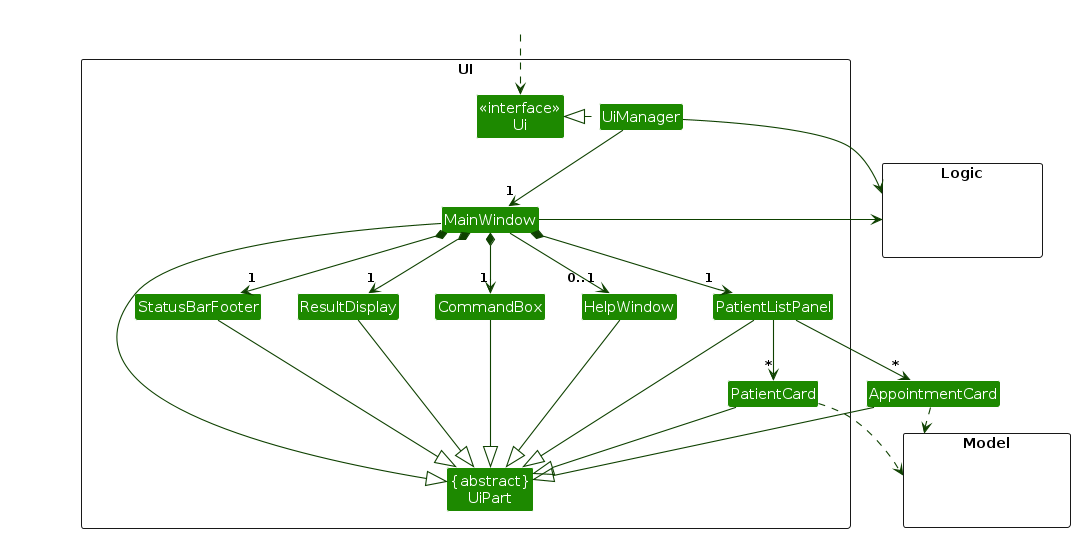
This is diagrams/UiClassDiagram.png from AY2324S2-CS2103T-F10-3/tp, a PlantUML export, as it was before one commit. Its source is kept beside it as diagrams/UiClassDiagram.puml. Source of this version:
```plantuml
@startuml
!include style.puml
skinparam arrowThickness 1.1
skinparam arrowColor UI_COLOR_T4
skinparam classBackgroundColor UI_COLOR

package UI <<Rectangle>>{
Class "<<interface>>\nUi" as Ui
Class "{abstract}\nUiPart" as UiPart
Class UiManager
Class MainWindow
Class HelpWindow
Class ResultDisplay
Class PatientListPanel
Class PatientCard
Class StatusBarFooter
Class CommandBox
}

package Model <<Rectangle>> {
Class HiddenModel #FFFFFF
}

package Logic <<Rectangle>> {
Class HiddenLogic #FFFFFF
}

Class HiddenOutside #FFFFFF
HiddenOutside ..> Ui

UiManager .left.|> Ui
UiManager -down-> "1" MainWindow
MainWindow *-down->  "1" CommandBox
MainWindow *-down-> "1" ResultDisplay
MainWindow *-down-> "1" PatientListPanel
MainWindow *-down-> "1" StatusBarFooter
MainWindow --> "0..1" HelpWindow

PatientListPanel -down-> "*" PatientCard
PatientListPanel -down-> "*" AppointmentCard

MainWindow -left-|> UiPart

ResultDisplay --|> UiPart
CommandBox --|> UiPart
PatientListPanel --|> UiPart
PatientCard --|> UiPart
AppointmentCard --|> UiPart
StatusBarFooter --|> UiPart
HelpWindow --|> UiPart

PatientCard ..> Model
AppointmentCard ..> Model
UiManager -right-> Logic
MainWindow -left-> Logic

PatientListPanel -[hidden]left- HelpWindow
HelpWindow -[hidden]left- CommandBox
CommandBox -[hidden]left- ResultDisplay
ResultDisplay -[hidden]left- StatusBarFooter

MainWindow -[hidden]-|> UiPart
@enduml
```
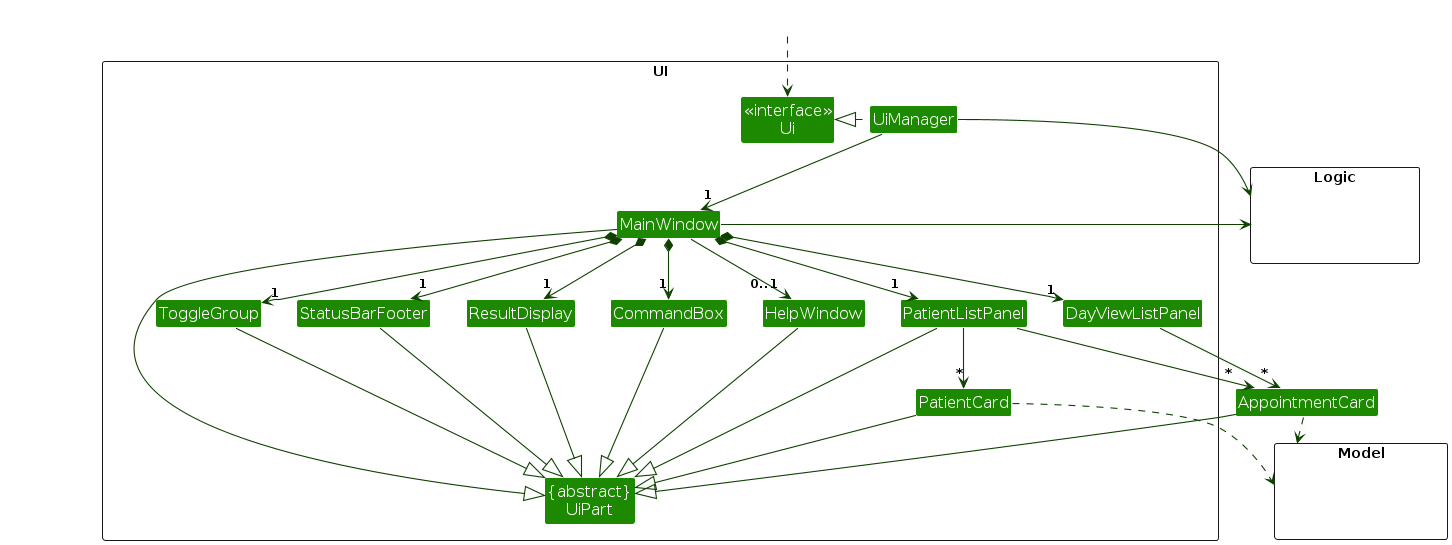
Later version of the same file.

What changed in the source:
```diff
@@ -3,6 +3,7 @@
 skinparam arrowThickness 1.1
 skinparam arrowColor UI_COLOR_T4
 skinparam classBackgroundColor UI_COLOR
+skinparam classFontSize 16
 
 package UI <<Rectangle>>{
 Class "<<interface>>\nUi" as Ui
@@ -15,6 +16,8 @@
 Class PatientCard
 Class StatusBarFooter
 Class CommandBox
+Class ToggleGroup
+Class DayViewListPanel
 }
 
 package Model <<Rectangle>> {
@@ -33,14 +36,18 @@
 MainWindow *-down->  "1" CommandBox
 MainWindow *-down-> "1" ResultDisplay
 MainWindow *-down-> "1" PatientListPanel
+MainWindow *-down-> "1" DayViewListPanel
 MainWindow *-down-> "1" StatusBarFooter
+MainWindow *-down-> "1" ToggleGroup
 MainWindow --> "0..1" HelpWindow
 
 PatientListPanel -down-> "*" PatientCard
 PatientListPanel -down-> "*" AppointmentCard
+DayViewListPanel -down-> "*" AppointmentCard
 
 MainWindow -left-|> UiPart
 
+ToggleGroup ---|> UiPart
 ResultDisplay --|> UiPart
 CommandBox --|> UiPart
 PatientListPanel --|> UiPart
@@ -53,11 +60,8 @@
 AppointmentCard ..> Model
 UiManager -right-> Logic
 MainWindow -left-> Logic
-
-PatientListPanel -[hidden]left- HelpWindow
 HelpWindow -[hidden]left- CommandBox
 CommandBox -[hidden]left- ResultDisplay
 ResultDisplay -[hidden]left- StatusBarFooter
-
 MainWindow -[hidden]-|> UiPart
 @enduml
```
